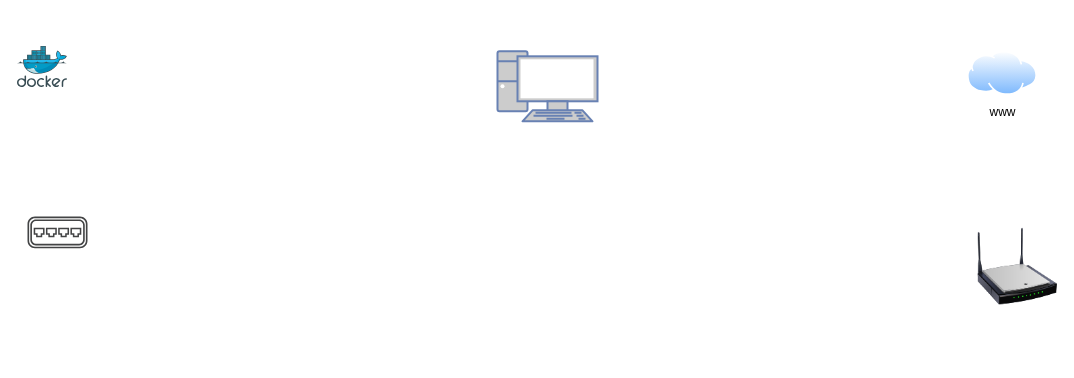
The draw.io diagram page "bridge" (1 of 7) of docker-networks.drawio in maximbalan/diagrams, before the edit. Source tidied: cells renumbered, new cells numbered last; positions are measured from the earlier drawing's top-left corner, leaving out a move shared by most shapes. Both pictures are drawn from the tidied source at 100%, with x=0, y=0 at pixel (17, 46).
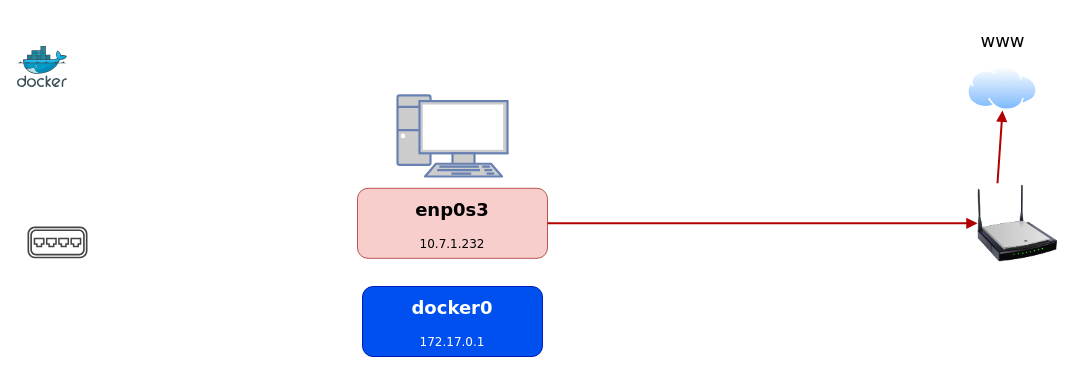
The same diagram, later.

Commit message:
feat: add some basic info

What changed in the source:
```diff
@@
 <mxGraphModel>
   <root>
     <mxCell id="0" />
     <mxCell id="1" parent="0" />
     <mxCell id="2" style="image;sketch=0;html=1;align=center;fontSize=12;image=img/lib/mscae/Docker.svg;" parent="1" vertex="1">
       <mxGeometry width="50" height="41" as="geometry" />
     </mxCell>
     <mxCell id="3" style="sketch=0;shadow=0;dashed=0;html=1;strokeColor=none;fillColor=#434445;labelPosition=center;verticalLabelPosition=bottom;verticalAlign=top;align=center;shape=mxgraph.vvd.virtual_switch;" parent="1" vertex="1">
-      <mxGeometry x="10" y="170" width="60" height="31.8" as="geometry" />
+      <mxGeometry x="10" y="180" width="60" height="31.8" as="geometry" />
     </mxCell>
-    <mxCell id="4" value="www" style="image;perimeter=ellipsePerimeter;html=1;align=center;shadow=0;dashed=0;spacingTop=3;image=img/lib/active_directory/internet_cloud.svg;" parent="1" vertex="1">
-      <mxGeometry x="950" y="4.8" width="70" height="44.1" as="geometry" />
+    <mxCell id="4" value="&lt;p&gt;&lt;font style=&quot;font-size: 18px;&quot; face=&quot;Verdana&quot;&gt;www&lt;/font&gt;&lt;/p&gt;" style="image;perimeter=ellipsePerimeter;html=1;align=center;shadow=0;dashed=0;spacingTop=3;image=img/lib/active_directory/internet_cloud.svg;labelPosition=center;verticalLabelPosition=top;verticalAlign=bottom;" parent="1" vertex="1">
+      <mxGeometry x="950" y="20" width="70" height="44.1" as="geometry" />
     </mxCell>
     <mxCell id="5" style="image;html=1;image=img/lib/clip_art/networking/Wireless_Router_N_128x128.png;" parent="1" vertex="1">
-      <mxGeometry x="960" y="180" width="80" height="80" as="geometry" />
+      <mxGeometry x="960" y="136.8" width="80" height="80" as="geometry" />
     </mxCell>
     <mxCell id="6" style="fontColor=#0066CC;verticalAlign=top;verticalLabelPosition=bottom;labelPosition=center;align=center;html=1;fillColor=#CCCCCC;strokeColor=#6881B3;gradientColor=none;gradientDirection=north;strokeWidth=2;shape=mxgraph.networks.pc;" parent="1" vertex="1">
-      <mxGeometry x="480" y="4.8" width="100" height="70" as="geometry" />
+      <mxGeometry x="380" y="48.8" width="110" height="81.2" as="geometry" />
     </mxCell>
+    <mxCell id="7" value="&lt;h2&gt;&lt;font face=&quot;Verdana&quot;&gt;enp0s3&lt;/font&gt;&lt;/h2&gt;&lt;p&gt;&lt;font face=&quot;Verdana&quot;&gt;10.7.1.232&lt;/font&gt;&lt;/p&gt;" style="rounded=1;whiteSpace=wrap;html=1;fillColor=#f8cecc;strokeColor=#b85450;" parent="1" vertex="1">
+      <mxGeometry x="340" y="141.8" width="190" height="70" as="geometry" />
+    </mxCell>
+    <mxCell id="8" value="&lt;h2&gt;&lt;font face=&quot;Verdana&quot;&gt;docker0&lt;br&gt;&lt;/font&gt;&lt;/h2&gt;&lt;p&gt;&lt;font face=&quot;Verdana&quot;&gt;172.17.0.1&lt;/font&gt;&lt;/p&gt;" style="rounded=1;whiteSpace=wrap;html=1;fillColor=#0050ef;strokeColor=#001DBC;fontColor=#ffffff;" parent="1" vertex="1">
+      <mxGeometry x="345" y="240" width="180" height="70" as="geometry" />
+    </mxCell>
+    <mxCell id="9" style="endArrow=block;html=1;rounded=1;exitX=1;exitY=0.5;exitDx=0;exitDy=0;entryX=0;entryY=0.5;entryDx=0;entryDy=0;strokeWidth=2;fillColor=#e51400;strokeColor=#B20000;endFill=1;" parent="1" edge="1" source="7" target="5">
+      <mxGeometry relative="1" as="geometry" />
+    </mxCell>
+    <mxCell id="10" style="endArrow=block;html=1;rounded=1;entryX=0.5;entryY=1;entryDx=0;entryDy=0;strokeWidth=2;fillColor=#e51400;strokeColor=#B20000;endFill=1;exitX=0.25;exitY=0;exitDx=0;exitDy=0;" parent="1" edge="1" source="5" target="4">
+      <mxGeometry relative="1" as="geometry" />
+    </mxCell>
   </root>
 </mxGraphModel>
```
